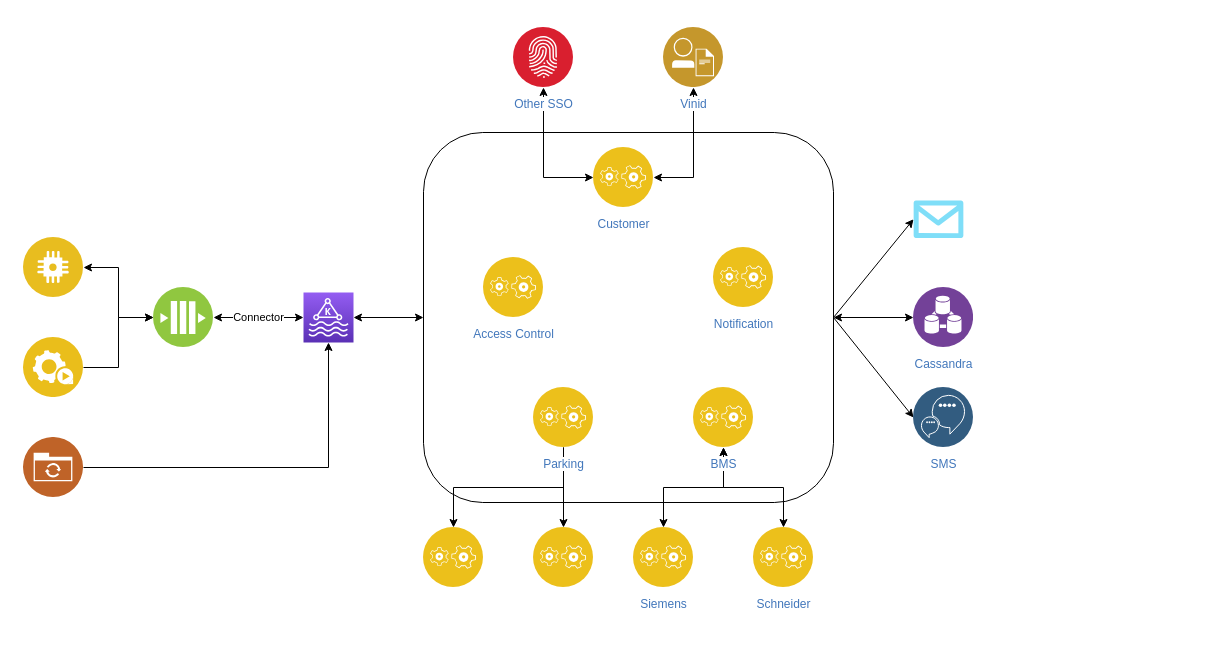
The draw.io diagram Untitled Diagram.drawio in anhgv252/learn, before the edit. Source tidied: cells renumbered, new cells numbered last; positions are measured from the earlier drawing's top-left corner, leaving out a move shared by most shapes. Both pictures are drawn from the tidied source at 100%, with x=0, y=0 at pixel (23, 27).
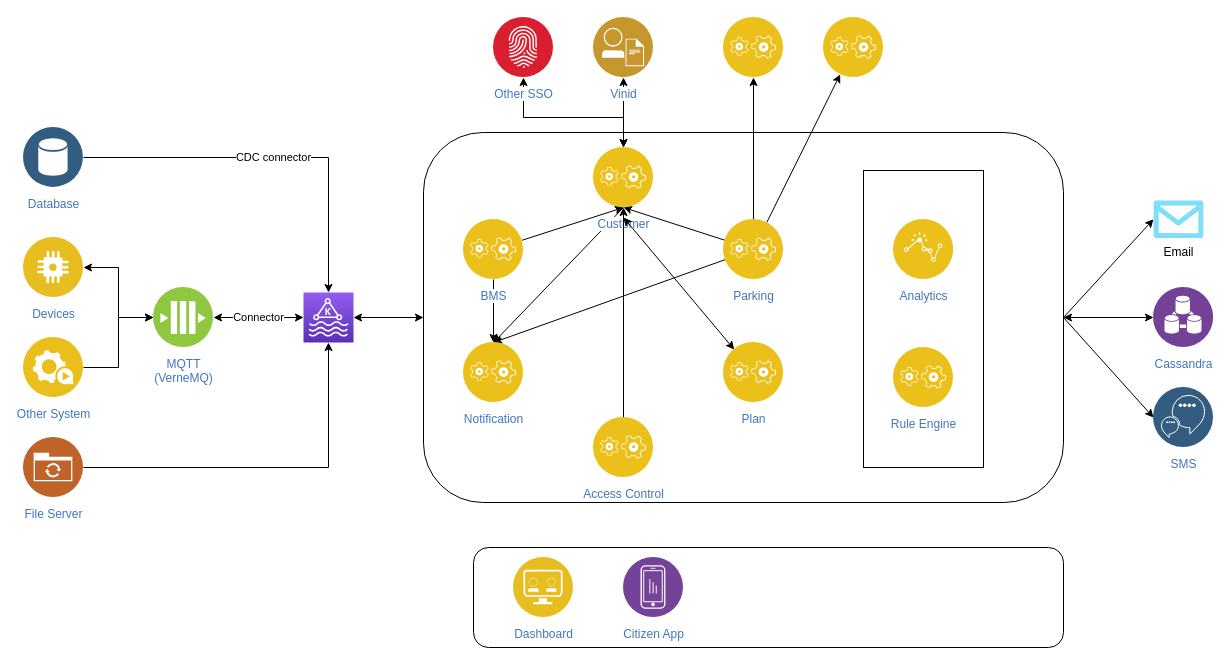
The same diagram, later.

Unchanged cells that the change refers to:
```xml
<mxCell id="13" style="outlineConnect=0;fontColor=#232F3E;gradientColor=#945DF2;gradientDirection=north;fillColor=#5A30B5;strokeColor=#ffffff;dashed=0;verticalLabelPosition=bottom;verticalAlign=top;align=center;html=1;fontSize=12;fontStyle=0;shape=mxgraph.aws4.resourceIcon;resIcon=mxgraph.aws4.managed_streaming_for_kafka;" parent="1" vertex="1">
  <mxGeometry x="280" y="265" width="50" height="50" as="geometry" />
</mxCell>
<mxCell id="16" value="Customer" style="perimeter=ellipsePerimeter;html=1;align=center;shadow=0;dashed=0;fontColor=#4277BB;labelBackgroundColor=#ffffff;fontSize=12;spacingTop=3;image;image=img/lib/ibm/applications/application_logic.svg;" parent="1" vertex="1">
  <mxGeometry x="570" y="120" width="60" height="60" as="geometry" />
</mxCell>
```

Diff of the diagram source:
```diff
@@
+    <mxCell id="36" style="rounded=1;whiteSpace=wrap;html=1;" parent="1" vertex="1">
+      <mxGeometry x="450" y="520" width="590" height="100" as="geometry" />
+    </mxCell>
@@
     <mxCell id="5" style="rounded=1;whiteSpace=wrap;html=1;arcSize=16;" parent="1" vertex="1">
-      <mxGeometry x="400" y="105" width="410" height="370" as="geometry" />
+      <mxGeometry x="400" y="105" width="640" height="370" as="geometry" />
     </mxCell>
@@
-    <mxCell id="7" style="perimeter=ellipsePerimeter;html=1;align=center;shadow=0;dashed=0;fontColor=#4277BB;labelBackgroundColor=#ffffff;fontSize=12;spacingTop=3;image;image=img/lib/ibm/blockchain/message_bus.svg;" parent="1" vertex="1">
+    <mxCell id="7" value="MQTT&lt;br&gt;(VerneMQ)" style="perimeter=ellipsePerimeter;html=1;align=center;shadow=0;dashed=0;fontColor=#4277BB;labelBackgroundColor=#ffffff;fontSize=12;spacingTop=3;image;image=img/lib/ibm/blockchain/message_bus.svg;" parent="1" vertex="1">
       <mxGeometry x="130" y="260" width="60" height="60" as="geometry" />
     </mxCell>
@@
-    <mxCell id="9" style="perimeter=ellipsePerimeter;html=1;align=center;shadow=0;dashed=0;fontColor=#4277BB;labelBackgroundColor=#ffffff;fontSize=12;spacingTop=3;image;image=img/lib/ibm/applications/iot_application.svg;" parent="1" vertex="1">
+    <mxCell id="9" value="Devices" style="perimeter=ellipsePerimeter;html=1;align=center;shadow=0;dashed=0;fontColor=#4277BB;labelBackgroundColor=#ffffff;fontSize=12;spacingTop=3;image;image=img/lib/ibm/applications/iot_application.svg;" parent="1" vertex="1">
       <mxGeometry y="210" width="60" height="60" as="geometry" />
     </mxCell>
@@
-    <mxCell id="11" style="perimeter=ellipsePerimeter;html=1;align=center;shadow=0;dashed=0;fontColor=#4277BB;labelBackgroundColor=#ffffff;fontSize=12;spacingTop=3;image;image=img/lib/ibm/applications/automation_tools.svg;" parent="1" vertex="1">
+    <mxCell id="11" value="Other System" style="perimeter=ellipsePerimeter;html=1;align=center;shadow=0;dashed=0;fontColor=#4277BB;labelBackgroundColor=#ffffff;fontSize=12;spacingTop=3;image;image=img/lib/ibm/applications/automation_tools.svg;" parent="1" vertex="1">
       <mxGeometry y="310" width="60" height="60" as="geometry" />
     </mxCell>
@@
     <mxCell id="14" style="edgeStyle=orthogonalEdgeStyle;rounded=0;jettySize=auto;html=1;startArrow=classic;startFill=1;" parent="1" edge="1" source="16" target="20">
-      <mxGeometry relative="1" as="geometry" />
+      <mxGeometry relative="1" as="geometry">
+        <Array as="points">
+          <mxPoint x="600" y="50" />
+          <mxPoint x="600" y="50" />
+        </Array>
+      </mxGeometry>
     </mxCell>
     <mxCell id="15" style="edgeStyle=orthogonalEdgeStyle;rounded=0;jettySize=auto;html=1;entryX=0.5;entryY=1;entryDx=0;entryDy=0;startArrow=classic;startFill=1;" parent="1" edge="1" source="16" target="29">
-      <mxGeometry relative="1" as="geometry" />
+      <mxGeometry relative="1" as="geometry">
+        <Array as="points">
+          <mxPoint x="600" y="90" />
+          <mxPoint x="500" y="90" />
+        </Array>
+      </mxGeometry>
     </mxCell>
+    <mxCell id="37" style="edgeStyle=none;rounded=0;jettySize=auto;html=1;entryX=0.5;entryY=0;entryDx=0;entryDy=0;startArrow=none;startFill=0;exitX=0.5;exitY=1;exitDx=0;exitDy=0;" parent="1" edge="1" source="16" target="28">
+      <mxGeometry relative="1" as="geometry" />
+    </mxCell>
@@
-    <mxCell id="17" style="edgeStyle=none;rounded=0;jettySize=auto;html=1;entryX=0.5;entryY=0;entryDx=0;entryDy=0;startArrow=none;startFill=0;" parent="1" edge="1" source="19" target="34">
+    <mxCell id="17" style="edgeStyle=none;rounded=0;jettySize=auto;html=1;startArrow=none;startFill=0;" parent="1" edge="1" source="19" target="34">
       <mxGeometry relative="1" as="geometry" />
     </mxCell>
-    <mxCell id="18" style="edgeStyle=orthogonalEdgeStyle;rounded=0;jettySize=auto;html=1;startArrow=none;startFill=0;exitX=0.5;exitY=1;exitDx=0;exitDy=0;" parent="1" edge="1" source="19" target="35">
+    <mxCell id="18" style="edgeStyle=orthogonalEdgeStyle;rounded=0;jettySize=auto;html=1;startArrow=none;startFill=0;exitX=0.5;exitY=0;exitDx=0;exitDy=0;" parent="1" edge="1" source="19" target="35">
       <mxGeometry relative="1" as="geometry" />
     </mxCell>
+    <mxCell id="38" style="edgeStyle=none;rounded=0;jettySize=auto;html=1;entryX=0.5;entryY=0;entryDx=0;entryDy=0;startArrow=none;startFill=0;" parent="1" edge="1" source="19" target="28">
+      <mxGeometry relative="1" as="geometry" />
+    </mxCell>
+    <mxCell id="39" style="edgeStyle=none;rounded=0;jettySize=auto;html=1;startArrow=none;startFill=0;" parent="1" edge="1" source="19">
+      <mxGeometry relative="1" as="geometry">
+        <mxPoint x="600" y="180" as="targetPoint" />
+      </mxGeometry>
+    </mxCell>
     <mxCell id="19" value="Parking" style="perimeter=ellipsePerimeter;html=1;align=center;shadow=0;dashed=0;fontColor=#4277BB;labelBackgroundColor=#ffffff;fontSize=12;spacingTop=3;image;image=img/lib/ibm/applications/application_logic.svg;" parent="1" vertex="1">
-      <mxGeometry x="510" y="360" width="60" height="60" as="geometry" />
+      <mxGeometry x="700" y="192" width="60" height="60" as="geometry" />
     </mxCell>
     <mxCell id="20" value="Vinid" style="perimeter=ellipsePerimeter;html=1;align=center;shadow=0;dashed=0;fontColor=#4277BB;labelBackgroundColor=#ffffff;fontSize=12;spacingTop=3;image;image=img/lib/ibm/users/integrated_digital_experiences.svg;" parent="1" vertex="1">
-      <mxGeometry x="640" width="60" height="60" as="geometry" />
+      <mxGeometry x="570" y="-10" width="60" height="60" as="geometry" />
     </mxCell>
+    <mxCell id="40" style="rounded=0;jettySize=auto;html=1;entryX=0.5;entryY=1;entryDx=0;entryDy=0;startArrow=none;startFill=0;" parent="1" edge="1" source="21" target="16">
+      <mxGeometry relative="1" as="geometry" />
+    </mxCell>
     <mxCell id="21" value="Access Control" style="perimeter=ellipsePerimeter;html=1;align=center;shadow=0;dashed=0;fontColor=#4277BB;labelBackgroundColor=#ffffff;fontSize=12;spacingTop=3;image;image=img/lib/ibm/applications/application_logic.svg;" parent="1" vertex="1">
-      <mxGeometry x="460" y="230" width="60" height="60" as="geometry" />
+      <mxGeometry x="570" y="390" width="60" height="60" as="geometry" />
     </mxCell>
-    <mxCell id="22" style="edgeStyle=orthogonalEdgeStyle;rounded=0;jettySize=auto;html=1;startArrow=classic;startFill=1;" parent="1" edge="1" source="24" target="25">
-      <mxGeometry relative="1" as="geometry" />
-    </mxCell>
-    <mxCell id="23" style="edgeStyle=orthogonalEdgeStyle;rounded=0;jettySize=auto;html=1;startArrow=classic;startFill=1;" parent="1" edge="1" source="24" target="26">
-      <mxGeometry relative="1" as="geometry" />
-    </mxCell>
+    <mxCell id="41" style="edgeStyle=none;rounded=0;jettySize=auto;html=1;entryX=0.5;entryY=1;entryDx=0;entryDy=0;startArrow=none;startFill=0;" parent="1" edge="1" source="24" target="16">
+      <mxGeometry relative="1" as="geometry" />
+    </mxCell>
+    <mxCell id="42" style="edgeStyle=none;rounded=0;jettySize=auto;html=1;entryX=0.5;entryY=0;entryDx=0;entryDy=0;startArrow=none;startFill=0;" parent="1" edge="1" source="24" target="28">
+      <mxGeometry relative="1" as="geometry" />
+    </mxCell>
     <mxCell id="24" value="BMS" style="perimeter=ellipsePerimeter;html=1;align=center;shadow=0;dashed=0;fontColor=#4277BB;labelBackgroundColor=#ffffff;fontSize=12;spacingTop=3;image;image=img/lib/ibm/applications/application_logic.svg;" parent="1" vertex="1">
-      <mxGeometry x="670" y="360" width="60" height="60" as="geometry" />
+      <mxGeometry x="440" y="192" width="60" height="60" as="geometry" />
     </mxCell>
-    <mxCell id="25" value="Siemens" style="perimeter=ellipsePerimeter;html=1;align=center;shadow=0;dashed=0;fontColor=#4277BB;labelBackgroundColor=#ffffff;fontSize=12;spacingTop=3;image;image=img/lib/ibm/applications/application_logic.svg;" parent="1" vertex="1">
-      <mxGeometry x="610" y="500" width="60" height="60" as="geometry" />
-    </mxCell>
-    <mxCell id="26" value="Schneider" style="perimeter=ellipsePerimeter;html=1;align=center;shadow=0;dashed=0;fontColor=#4277BB;labelBackgroundColor=#ffffff;fontSize=12;spacingTop=3;image;image=img/lib/ibm/applications/application_logic.svg;" parent="1" vertex="1">
-      <mxGeometry x="730" y="500" width="60" height="60" as="geometry" />
-    </mxCell>
     <mxCell id="27" value="Cassandra" style="perimeter=ellipsePerimeter;html=1;align=center;shadow=0;dashed=0;fontColor=#4277BB;labelBackgroundColor=#ffffff;fontSize=12;spacingTop=3;image;image=img/lib/ibm/analytics/data_integration.svg;" parent="1" vertex="1">
-      <mxGeometry x="890" y="260" width="60" height="60" as="geometry" />
+      <mxGeometry x="1130" y="260" width="60" height="60" as="geometry" />
     </mxCell>
     <mxCell id="28" value="Notification" style="perimeter=ellipsePerimeter;html=1;align=center;shadow=0;dashed=0;fontColor=#4277BB;labelBackgroundColor=#ffffff;fontSize=12;spacingTop=3;image;image=img/lib/ibm/applications/application_logic.svg;" parent="1" vertex="1">
-      <mxGeometry x="690" y="220" width="60" height="60" as="geometry" />
+      <mxGeometry x="440" y="315" width="60" height="60" as="geometry" />
     </mxCell>
     <mxCell id="29" value="Other SSO" style="perimeter=ellipsePerimeter;html=1;align=center;shadow=0;dashed=0;fontColor=#4277BB;labelBackgroundColor=#ffffff;fontSize=12;spacingTop=3;image;image=img/lib/ibm/blockchain/identity_access_manager.svg;" parent="1" vertex="1">
-      <mxGeometry x="490" width="60" height="60" as="geometry" />
+      <mxGeometry x="470" y="-10" width="60" height="60" as="geometry" />
     </mxCell>
     <mxCell id="30" value="SMS" style="perimeter=ellipsePerimeter;html=1;align=center;shadow=0;dashed=0;fontColor=#4277BB;labelBackgroundColor=#ffffff;fontSize=12;spacingTop=3;image;image=img/lib/ibm/data/conversation_trained_deployed.svg;" parent="1" vertex="1">
-      <mxGeometry x="890" y="360" width="60" height="60" as="geometry" />
+      <mxGeometry x="1130" y="360" width="60" height="60" as="geometry" />
     </mxCell>
@@
-    <mxCell id="32" style="perimeter=ellipsePerimeter;html=1;align=center;shadow=0;dashed=0;fontColor=#4277BB;labelBackgroundColor=#ffffff;fontSize=12;spacingTop=3;image;image=img/lib/ibm/social/file_sync.svg;" parent="1" vertex="1">
+    <mxCell id="32" value="File Server" style="perimeter=ellipsePerimeter;html=1;align=center;shadow=0;dashed=0;fontColor=#4277BB;labelBackgroundColor=#ffffff;fontSize=12;spacingTop=3;image;image=img/lib/ibm/social/file_sync.svg;" parent="1" vertex="1">
       <mxGeometry y="410" width="60" height="60" as="geometry" />
     </mxCell>
-    <mxCell id="33" style="verticalLabelPosition=bottom;html=1;verticalAlign=top;align=center;strokeColor=none;fillColor=#00BEF2;shape=mxgraph.azure.message;" parent="1" vertex="1">
-      <mxGeometry x="890" y="173" width="50" height="37.5" as="geometry" />
+    <mxCell id="33" value="Email" style="verticalLabelPosition=bottom;html=1;verticalAlign=top;align=center;strokeColor=none;fillColor=#00BEF2;shape=mxgraph.azure.message;" parent="1" vertex="1">
+      <mxGeometry x="1130" y="173" width="50" height="37.5" as="geometry" />
     </mxCell>
     <mxCell id="34" style="perimeter=ellipsePerimeter;html=1;align=center;shadow=0;dashed=0;fontColor=#4277BB;labelBackgroundColor=#ffffff;fontSize=12;spacingTop=3;image;image=img/lib/ibm/applications/application_logic.svg;" parent="1" vertex="1">
-      <mxGeometry x="510" y="500" width="60" height="60" as="geometry" />
+      <mxGeometry x="800" y="-10" width="60" height="60" as="geometry" />
     </mxCell>
     <mxCell id="35" style="perimeter=ellipsePerimeter;html=1;align=center;shadow=0;dashed=0;fontColor=#4277BB;labelBackgroundColor=#ffffff;fontSize=12;spacingTop=3;image;image=img/lib/ibm/applications/application_logic.svg;" parent="1" vertex="1">
-      <mxGeometry x="400" y="500" width="60" height="60" as="geometry" />
+      <mxGeometry x="700" y="-10" width="60" height="60" as="geometry" />
     </mxCell>
+    <mxCell id="43" value="CDC connector" style="edgeStyle=orthogonalEdgeStyle;rounded=0;jettySize=auto;html=1;startArrow=none;startFill=0;" parent="1" edge="1" source="44" target="13">
+      <mxGeometry relative="1" as="geometry" />
+    </mxCell>
+    <mxCell id="44" value="Database" style="perimeter=ellipsePerimeter;html=1;align=center;shadow=0;dashed=0;fontColor=#4277BB;labelBackgroundColor=#ffffff;fontSize=12;spacingTop=3;image;image=img/lib/ibm/data/data_services.svg;" parent="1" vertex="1">
+      <mxGeometry y="100" width="60" height="60" as="geometry" />
+    </mxCell>
+    <mxCell id="45" value="Dashboard" style="perimeter=ellipsePerimeter;html=1;align=center;shadow=0;dashed=0;fontColor=#4277BB;labelBackgroundColor=#ffffff;fontSize=12;spacingTop=3;image;image=img/lib/ibm/applications/api_developer_portal.svg;" parent="1" vertex="1">
+      <mxGeometry x="490" y="530" width="60" height="60" as="geometry" />
+    </mxCell>
+    <mxCell id="46" style="rounded=0;whiteSpace=wrap;html=1;" parent="1" vertex="1">
+      <mxGeometry x="840" y="143" width="120" height="297" as="geometry" />
+    </mxCell>
+    <mxCell id="47" value="Analytics" style="perimeter=ellipsePerimeter;html=1;align=center;shadow=0;dashed=0;fontColor=#4277BB;labelBackgroundColor=#ffffff;fontSize=12;spacingTop=3;image;image=img/lib/ibm/applications/actionable_insight.svg;" parent="1" vertex="1">
+      <mxGeometry x="870" y="192" width="60" height="60" as="geometry" />
+    </mxCell>
+    <mxCell id="48" value="Citizen App" style="perimeter=ellipsePerimeter;html=1;align=center;shadow=0;dashed=0;fontColor=#4277BB;labelBackgroundColor=#ffffff;fontSize=12;spacingTop=3;image;image=img/lib/ibm/analytics/device_analytics.svg;" parent="1" vertex="1">
+      <mxGeometry x="600" y="530" width="60" height="60" as="geometry" />
+    </mxCell>
+    <mxCell id="49" style="edgeStyle=none;rounded=0;jettySize=auto;html=1;startArrow=classic;startFill=1;" parent="1" edge="1" source="50">
+      <mxGeometry relative="1" as="geometry">
+        <mxPoint x="600" y="190" as="targetPoint" />
+      </mxGeometry>
+    </mxCell>
+    <mxCell id="50" value="Plan" style="perimeter=ellipsePerimeter;html=1;align=center;shadow=0;dashed=0;fontColor=#4277BB;labelBackgroundColor=#ffffff;fontSize=12;spacingTop=3;image;image=img/lib/ibm/applications/application_logic.svg;" parent="1" vertex="1">
+      <mxGeometry x="700" y="315" width="60" height="60" as="geometry" />
+    </mxCell>
+    <mxCell id="51" value="Rule Engine" style="perimeter=ellipsePerimeter;html=1;align=center;shadow=0;dashed=0;fontColor=#4277BB;labelBackgroundColor=#ffffff;fontSize=12;spacingTop=3;image;image=img/lib/ibm/applications/application_logic.svg;" parent="1" vertex="1">
+      <mxGeometry x="870" y="320" width="60" height="60" as="geometry" />
+    </mxCell>
```
